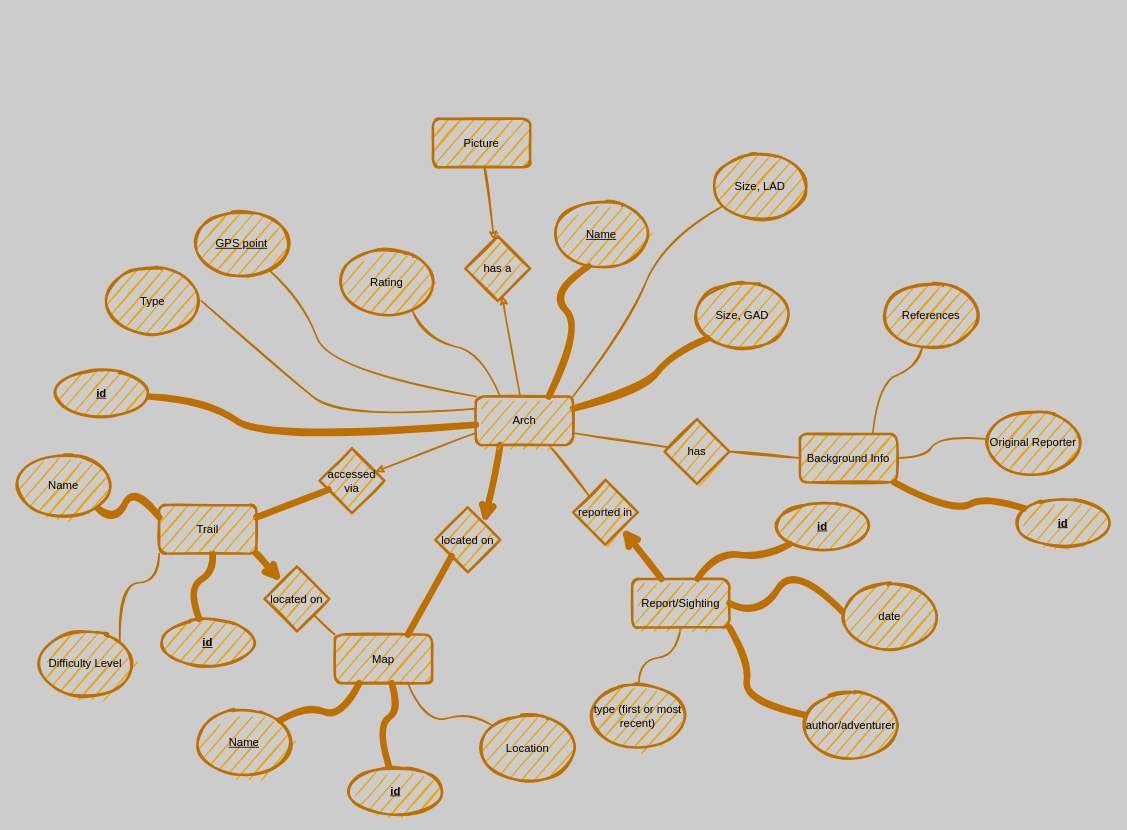
Earlier version of the draw.io diagram arches.drawio (Sheilabob/ArchesSQL). Source tidied: cells renumbered, new cells numbered last; positions are measured from the earlier drawing's top-left corner, leaving out a move shared by most shapes. Both pictures are drawn from the tidied source at 81%, with x=0, y=0 at pixel (15, 118).
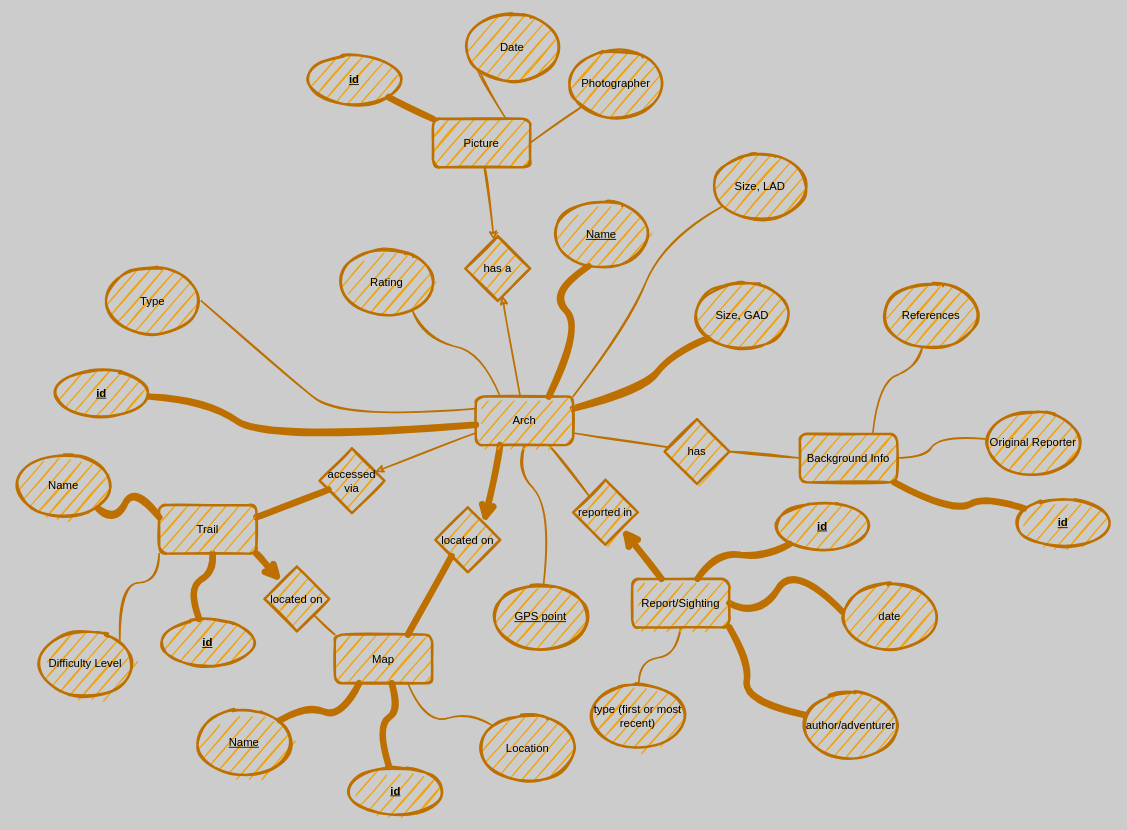
Above is the later version.

Commit message:
tweeked to get ready to turn in first time

The change refers to these unchanged cells:
```xml
<mxCell id="13" value="Arch" style="rounded=1;whiteSpace=wrap;html=1;fillColor=#f0a30a;strokeColor=#BD7000;strokeWidth=3;comic=0;sketch=1;fontSize=14;fontColor=#000000;" parent="1" vertex="1">
  <mxGeometry x="569" y="343" width="120" height="60" as="geometry" />
</mxCell>
<mxCell id="65" value="Picture" style="rounded=1;whiteSpace=wrap;html=1;fillColor=#f0a30a;strokeColor=#BD7000;strokeWidth=3;comic=0;sketch=1;fontSize=14;fontColor=#000000;" parent="1" vertex="1">
  <mxGeometry x="516" width="120" height="60" as="geometry" />
</mxCell>
```

Change to the diagram source:
```diff
@@
-    <mxCell id="6" style="edgeStyle=none;html=1;exitX=0;exitY=0;exitDx=0;exitDy=0;fillColor=#f0a30a;strokeColor=#BD7000;strokeWidth=2;comic=0;sketch=1;fontSize=14;fontColor=#000000;endArrow=none;endFill=0;curved=1;" parent="1" edge="1" source="13" target="47">
+    <mxCell id="6" style="edgeStyle=none;html=1;exitX=0.5;exitY=1;exitDx=0;exitDy=0;fillColor=#f0a30a;strokeColor=#BD7000;strokeWidth=2;comic=0;sketch=1;fontSize=14;fontColor=#000000;endArrow=none;endFill=0;curved=1;" parent="1" edge="1" source="13" target="47">
       <mxGeometry relative="1" as="geometry">
         <Array as="points">
-          <mxPoint x="389" y="311" />
-          <mxPoint x="356" y="228" />
+          <mxPoint x="619" y="433" />
+          <mxPoint x="661" y="480" />
         </Array>
       </mxGeometry>
     </mxCell>
@@
     <mxCell id="47" value="&lt;u&gt;GPS point&lt;/u&gt;" style="ellipse;whiteSpace=wrap;html=1;fillColor=#f0a30a;strokeColor=#BD7000;strokeWidth=3;comic=0;sketch=1;fontSize=14;fontColor=#000000;" parent="1" vertex="1">
-      <mxGeometry x="220" y="114" width="120" height="80" as="geometry" />
+      <mxGeometry x="589" y="575" width="120" height="80" as="geometry" />
     </mxCell>
@@
+    <mxCell id="66" style="edgeStyle=none;curved=1;comic=0;sketch=1;html=1;exitX=1;exitY=1;exitDx=0;exitDy=0;fontSize=14;fontColor=#000000;startArrow=none;startFill=0;endArrow=none;endFill=0;strokeColor=#BD7000;strokeWidth=8;" parent="1" edge="1" source="67" target="65">
+      <mxGeometry relative="1" as="geometry" />
+    </mxCell>
+    <mxCell id="67" value="&lt;u&gt;&lt;b&gt;id&lt;/b&gt;&lt;/u&gt;" style="ellipse;whiteSpace=wrap;html=1;fontSize=14;fillColor=#f0a30a;strokeColor=#BD7000;fontColor=#000000;rounded=1;strokeWidth=3;comic=0;sketch=1;" parent="1" vertex="1">
+      <mxGeometry x="359" y="-78" width="120" height="60" as="geometry" />
+    </mxCell>
+    <mxCell id="68" style="edgeStyle=none;curved=1;comic=0;sketch=1;html=1;exitX=0;exitY=1;exitDx=0;exitDy=0;entryX=1;entryY=0.5;entryDx=0;entryDy=0;fontSize=14;fontColor=#000000;startArrow=none;startFill=0;endArrow=none;endFill=0;strokeColor=#BD7000;strokeWidth=2;" parent="1" edge="1" source="69" target="65">
+      <mxGeometry relative="1" as="geometry" />
+    </mxCell>
+    <mxCell id="69" value="Photographer" style="ellipse;whiteSpace=wrap;html=1;fillColor=#f0a30a;strokeColor=#BD7000;strokeWidth=3;comic=0;sketch=1;fontSize=14;fontColor=#000000;" parent="1" vertex="1">
+      <mxGeometry x="682" y="-83" width="120" height="80" as="geometry" />
+    </mxCell>
+    <mxCell id="70" style="edgeStyle=none;curved=1;comic=0;sketch=1;html=1;exitX=0;exitY=1;exitDx=0;exitDy=0;entryX=0.75;entryY=0;entryDx=0;entryDy=0;fontSize=14;fontColor=#000000;startArrow=none;startFill=0;endArrow=none;endFill=0;strokeColor=#BD7000;strokeWidth=2;" parent="1" edge="1" source="71" target="65">
+      <mxGeometry relative="1" as="geometry" />
+    </mxCell>
+    <mxCell id="71" value="Date" style="ellipse;whiteSpace=wrap;html=1;fillColor=#f0a30a;strokeColor=#BD7000;strokeWidth=3;comic=0;sketch=1;fontSize=14;fontColor=#000000;" parent="1" vertex="1">
+      <mxGeometry x="554" y="-128" width="120" height="80" as="geometry" />
+    </mxCell>
```
